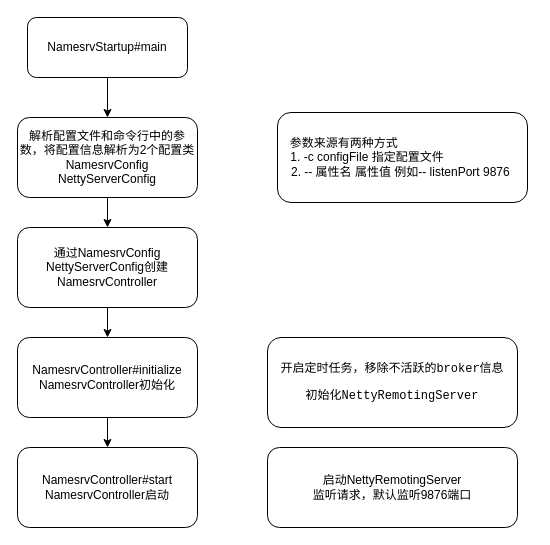
erlieStar/diagrams keeps this draw.io diagram as rocketmq/nameserver启动流程.drawio. Above is the earlier version. Source tidied: cells renumbered, new cells numbered last; positions are measured from the earlier drawing's top-left corner, leaving out a move shared by most shapes. Both pictures are drawn from the tidied source at 100%, with x=0, y=0 at pixel (17, 17).
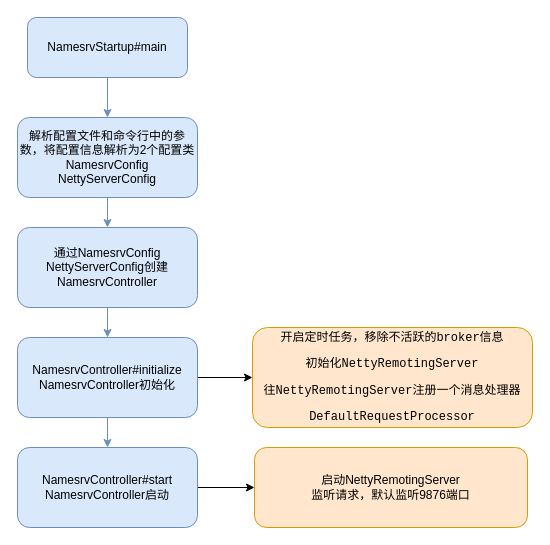
After the change.

Diff of the diagram source:
```diff
@@
 <mxGraphModel>
   <root>
     <mxCell id="0" />
     <mxCell id="1" parent="0" />
-    <mxCell id="2" style="edgeStyle=orthogonalEdgeStyle;rounded=0;jettySize=auto;html=1;" parent="1" edge="1" source="3" target="5">
+    <mxCell id="2" style="edgeStyle=orthogonalEdgeStyle;rounded=0;jettySize=auto;html=1;fillColor=#dae8fc;strokeColor=#6c8ebf;" parent="1" edge="1" source="3" target="5">
       <mxGeometry relative="1" as="geometry" />
     </mxCell>
-    <mxCell id="3" value="NamesrvStartup#main" style="rounded=1;whiteSpace=wrap;html=1;" parent="1" vertex="1">
+    <mxCell id="3" value="NamesrvStartup#main" style="rounded=1;whiteSpace=wrap;html=1;fillColor=#dae8fc;strokeColor=#6c8ebf;" parent="1" vertex="1">
       <mxGeometry x="10" width="160" height="60" as="geometry" />
     </mxCell>
-    <mxCell id="4" style="edgeStyle=orthogonalEdgeStyle;rounded=0;jettySize=auto;html=1;entryX=0.5;entryY=0;entryDx=0;entryDy=0;" parent="1" edge="1" source="5" target="9">
+    <mxCell id="4" style="edgeStyle=orthogonalEdgeStyle;rounded=0;jettySize=auto;html=1;entryX=0.5;entryY=0;entryDx=0;entryDy=0;fillColor=#dae8fc;strokeColor=#6c8ebf;" parent="1" edge="1" source="5" target="9">
       <mxGeometry relative="1" as="geometry" />
     </mxCell>
-    <mxCell id="5" value="解析配置文件和命令行中的参数，将配置信息解析为2个配置类NamesrvConfig&lt;br&gt;NettyServerConfig" style="rounded=1;whiteSpace=wrap;html=1;" parent="1" vertex="1">
+    <mxCell id="5" value="解析配置文件和命令行中的参数，将配置信息解析为2个配置类NamesrvConfig&lt;br&gt;NettyServerConfig" style="rounded=1;whiteSpace=wrap;html=1;fillColor=#dae8fc;strokeColor=#6c8ebf;" parent="1" vertex="1">
       <mxGeometry y="100" width="180" height="80" as="geometry" />
     </mxCell>
-    <mxCell id="6" style="edgeStyle=orthogonalEdgeStyle;rounded=0;jettySize=auto;html=1;exitX=0.5;exitY=1;exitDx=0;exitDy=0;entryX=0.5;entryY=0;entryDx=0;entryDy=0;" parent="1" edge="1" source="7" target="10">
+    <mxCell id="6" style="edgeStyle=orthogonalEdgeStyle;rounded=0;jettySize=auto;html=1;exitX=0.5;exitY=1;exitDx=0;exitDy=0;entryX=0.5;entryY=0;entryDx=0;entryDy=0;fillColor=#dae8fc;strokeColor=#6c8ebf;" parent="1" edge="1" source="7" target="10">
       <mxGeometry relative="1" as="geometry" />
     </mxCell>
+    <mxCell id="14" style="edgeStyle=orthogonalEdgeStyle;rounded=0;jettySize=auto;html=1;" parent="1" edge="1" source="7" target="12">
+      <mxGeometry relative="1" as="geometry" />
+    </mxCell>
-    <mxCell id="7" value="NamesrvController#initialize&lt;br&gt;NamesrvController初始化" style="rounded=1;whiteSpace=wrap;html=1;" parent="1" vertex="1">
+    <mxCell id="7" value="NamesrvController#initialize&lt;br&gt;NamesrvController初始化" style="rounded=1;whiteSpace=wrap;html=1;fillColor=#dae8fc;strokeColor=#6c8ebf;" parent="1" vertex="1">
       <mxGeometry y="320" width="180" height="80" as="geometry" />
     </mxCell>
-    <mxCell id="8" style="edgeStyle=orthogonalEdgeStyle;rounded=0;jettySize=auto;html=1;entryX=0.5;entryY=0;entryDx=0;entryDy=0;" parent="1" edge="1" source="9" target="7">
+    <mxCell id="8" style="edgeStyle=orthogonalEdgeStyle;rounded=0;jettySize=auto;html=1;entryX=0.5;entryY=0;entryDx=0;entryDy=0;fillColor=#dae8fc;strokeColor=#6c8ebf;" parent="1" edge="1" source="9" target="7">
       <mxGeometry relative="1" as="geometry" />
     </mxCell>
-    <mxCell id="9" value="通过NamesrvConfig&lt;br&gt;NettyServerConfig创建&lt;span&gt;NamesrvController&lt;/span&gt;" style="rounded=1;whiteSpace=wrap;html=1;" parent="1" vertex="1">
+    <mxCell id="9" value="通过NamesrvConfig&lt;br&gt;NettyServerConfig创建&lt;span&gt;NamesrvController&lt;/span&gt;" style="rounded=1;whiteSpace=wrap;html=1;fillColor=#dae8fc;strokeColor=#6c8ebf;" parent="1" vertex="1">
       <mxGeometry y="210" width="180" height="80" as="geometry" />
     </mxCell>
+    <mxCell id="15" style="edgeStyle=orthogonalEdgeStyle;rounded=0;jettySize=auto;html=1;" parent="1" edge="1" source="10" target="13">
+      <mxGeometry relative="1" as="geometry" />
+    </mxCell>
-    <mxCell id="10" value="NamesrvController#start&lt;br&gt;NamesrvController启动" style="rounded=1;whiteSpace=wrap;html=1;" parent="1" vertex="1">
+    <mxCell id="10" value="NamesrvController#start&lt;br&gt;NamesrvController启动" style="rounded=1;whiteSpace=wrap;html=1;fillColor=#dae8fc;strokeColor=#6c8ebf;" parent="1" vertex="1">
       <mxGeometry y="430" width="180" height="80" as="geometry" />
     </mxCell>
-    <mxCell id="11" value="&lt;span&gt;参数来源有两种方式&amp;nbsp; &amp;nbsp; &amp;nbsp; &amp;nbsp; &amp;nbsp; &amp;nbsp; &amp;nbsp; &amp;nbsp; &amp;nbsp; &amp;nbsp; &amp;nbsp; &amp;nbsp; &amp;nbsp; &amp;nbsp; &amp;nbsp; &amp;nbsp; &amp;nbsp; &amp;nbsp;&lt;/span&gt;&lt;br&gt;&lt;span&gt;1. -c configFile 指定配置文件&amp;nbsp; &amp;nbsp; &amp;nbsp; &amp;nbsp; &amp;nbsp; &amp;nbsp; &amp;nbsp; &amp;nbsp; &amp;nbsp; &amp;nbsp; &amp;nbsp;&lt;/span&gt;&lt;br&gt;&lt;span&gt;2. -- 属性名 属性值 例如-- listenPort 9876&lt;/span&gt;&lt;span&gt;&amp;nbsp;&lt;/span&gt;" style="rounded=1;whiteSpace=wrap;html=1;" parent="1" vertex="1">
-      <mxGeometry x="260" y="95" width="250" height="90" as="geometry" />
-    </mxCell>
-    <mxCell id="12" value="&lt;pre&gt;开启定时任务，移除不活跃的broker信息&lt;/pre&gt;&lt;pre&gt;初始化NettyRemotingServer&lt;/pre&gt;" style="rounded=1;whiteSpace=wrap;html=1;" parent="1" vertex="1">
-      <mxGeometry x="250" y="320" width="250" height="90" as="geometry" />
+    <mxCell id="12" value="&lt;pre&gt;开启定时任务，移除不活跃的broker信息&lt;/pre&gt;&lt;pre&gt;初始化NettyRemotingServer&lt;/pre&gt;&lt;pre&gt;往NettyRemotingServer注册一个消息处理器&lt;/pre&gt;&lt;pre&gt;&lt;pre&gt;DefaultRequestProcessor&lt;/pre&gt;&lt;/pre&gt;" style="rounded=1;whiteSpace=wrap;html=1;fillColor=#ffe6cc;strokeColor=#d79b00;" parent="1" vertex="1">
+      <mxGeometry x="235" y="310" width="280" height="100" as="geometry" />
     </mxCell>
-    <mxCell id="13" value="启动NettyRemotingServer&lt;br&gt;监听请求，默认监听9876端口" style="rounded=1;whiteSpace=wrap;html=1;" parent="1" vertex="1">
-      <mxGeometry x="250" y="430" width="250" height="80" as="geometry" />
+    <mxCell id="13" value="启动NettyRemotingServer&lt;br&gt;监听请求，默认监听9876端口" style="rounded=1;whiteSpace=wrap;html=1;fillColor=#ffe6cc;strokeColor=#d79b00;" parent="1" vertex="1">
+      <mxGeometry x="237" y="430" width="273" height="80" as="geometry" />
     </mxCell>
   </root>
 </mxGraphModel>
```
